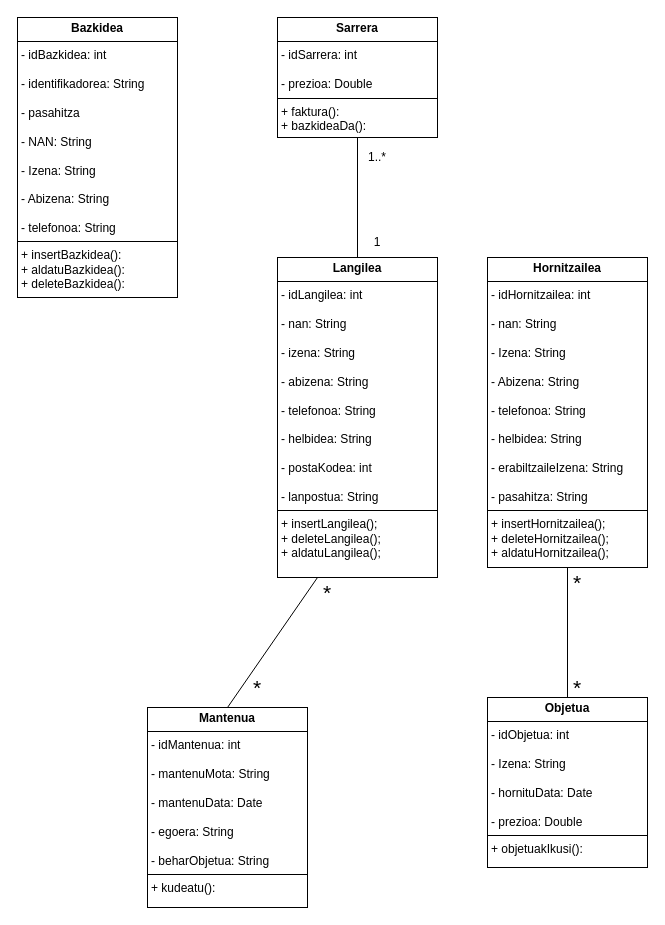
The draw.io diagram JAVA/Diagramak/J_KlaseDiagrama.drawio in iguisado228/3Erronka, before the edit. Source tidied: cells renumbered, new cells numbered last; positions are measured from the earlier drawing's top-left corner, leaving out a move shared by most shapes. Both pictures are drawn from the tidied source at 100%, with x=0, y=0 at pixel (17, 17).
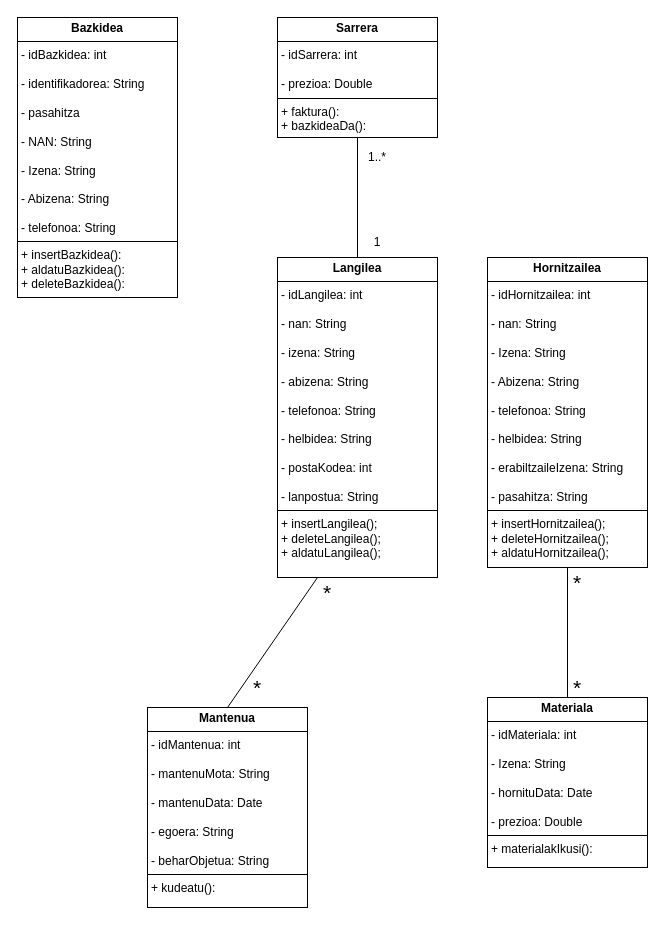
The same page after the edit.

Commit message:
beste aldaketa gehio

What changed in the source:
```diff
@@
 <mxGraphModel>
   <root>
     <mxCell id="0" />
     <mxCell id="1" parent="0" />
     <mxCell id="2" value="&lt;p style=&quot;margin:0px;margin-top:4px;text-align:center;&quot;&gt;&lt;b&gt;Sarrera&lt;/b&gt;&lt;/p&gt;&lt;hr size=&quot;1&quot; style=&quot;border-style:solid;&quot;&gt;&lt;p style=&quot;margin:0px;margin-left:4px;&quot;&gt;- idSarrera: int&lt;/p&gt;&lt;p style=&quot;margin:0px;margin-left:4px;&quot;&gt;&lt;br&gt;&lt;/p&gt;&lt;p style=&quot;margin:0px;margin-left:4px;&quot;&gt;- prezioa: Double&lt;/p&gt;&lt;hr size=&quot;1&quot; style=&quot;border-style:solid;&quot;&gt;&lt;p style=&quot;margin:0px;margin-left:4px;&quot;&gt;+ faktura():&lt;/p&gt;&lt;p style=&quot;margin:0px;margin-left:4px;&quot;&gt;+ bazkideaDa():&lt;/p&gt;" style="verticalAlign=top;align=left;overflow=fill;html=1;whiteSpace=wrap;" parent="1" vertex="1">
       <mxGeometry x="260" width="160" height="120" as="geometry" />
     </mxCell>
     <mxCell id="3" value="&lt;p style=&quot;margin:0px;margin-top:4px;text-align:center;&quot;&gt;&lt;b&gt;Hornitzailea&lt;/b&gt;&lt;/p&gt;&lt;hr size=&quot;1&quot; style=&quot;border-style:solid;&quot;&gt;&lt;p style=&quot;margin:0px;margin-left:4px;&quot;&gt;- idHornitzailea: int&lt;/p&gt;&lt;p style=&quot;margin:0px;margin-left:4px;&quot;&gt;&lt;br&gt;&lt;/p&gt;&lt;p style=&quot;margin:0px;margin-left:4px;&quot;&gt;- nan:&amp;nbsp;&lt;span style=&quot;background-color: transparent; color: light-dark(rgb(0, 0, 0), rgb(255, 255, 255));&quot;&gt;String&lt;/span&gt;&lt;/p&gt;&lt;p style=&quot;margin:0px;margin-left:4px;&quot;&gt;&lt;br&gt;&lt;/p&gt;&lt;p style=&quot;margin:0px;margin-left:4px;&quot;&gt;- Izena:&amp;nbsp;&lt;span style=&quot;background-color: transparent; color: light-dark(rgb(0, 0, 0), rgb(255, 255, 255));&quot;&gt;String&lt;/span&gt;&lt;/p&gt;&lt;p style=&quot;margin:0px;margin-left:4px;&quot;&gt;&lt;br&gt;&lt;/p&gt;&lt;p style=&quot;margin:0px;margin-left:4px;&quot;&gt;- Abizena: String&lt;/p&gt;&lt;p style=&quot;margin:0px;margin-left:4px;&quot;&gt;&lt;br&gt;&lt;/p&gt;&lt;p style=&quot;margin:0px;margin-left:4px;&quot;&gt;- telefonoa: String&lt;/p&gt;&lt;p style=&quot;margin:0px;margin-left:4px;&quot;&gt;&lt;br&gt;&lt;/p&gt;&lt;p style=&quot;margin:0px;margin-left:4px;&quot;&gt;- helbidea: String&lt;/p&gt;&lt;p style=&quot;margin:0px;margin-left:4px;&quot;&gt;&lt;br&gt;&lt;/p&gt;&lt;p style=&quot;margin:0px;margin-left:4px;&quot;&gt;- erabiltzaileIzena: String&lt;/p&gt;&lt;p style=&quot;margin:0px;margin-left:4px;&quot;&gt;&lt;br&gt;&lt;/p&gt;&lt;p style=&quot;margin:0px;margin-left:4px;&quot;&gt;- pasahitza: String&lt;/p&gt;&lt;hr size=&quot;1&quot; style=&quot;border-style:solid;&quot;&gt;&lt;p style=&quot;margin: 0px 0px 0px 4px;&quot;&gt;+ insertHornitzailea();&lt;/p&gt;&lt;p style=&quot;margin: 0px 0px 0px 4px;&quot;&gt;+ deleteHornitzailea();&lt;/p&gt;&lt;p style=&quot;margin: 0px 0px 0px 4px;&quot;&gt;+ aldatuHornitzailea();&lt;/p&gt;" style="verticalAlign=top;align=left;overflow=fill;html=1;whiteSpace=wrap;" parent="1" vertex="1">
       <mxGeometry x="470" y="240" width="160" height="310" as="geometry" />
     </mxCell>
     <mxCell id="4" style="endArrow=none;html=1;rounded=0;entryX=0.5;entryY=1;entryDx=0;entryDy=0;exitX=0.5;exitY=0;exitDx=0;exitDy=0;" parent="1" edge="1" source="7" target="2">
       <mxGeometry relative="1" as="geometry" />
     </mxCell>
     <mxCell id="5" value="1" style="text;html=1;align=center;verticalAlign=middle;whiteSpace=wrap;rounded=0;" parent="1" vertex="1">
       <mxGeometry x="350" y="210" width="20" height="30" as="geometry" />
     </mxCell>
     <mxCell id="6" value="1..*" style="text;html=1;align=center;verticalAlign=middle;whiteSpace=wrap;rounded=0;" parent="1" vertex="1">
       <mxGeometry x="350" y="125" width="20" height="30" as="geometry" />
     </mxCell>
     <mxCell id="7" value="&lt;p style=&quot;margin:0px;margin-top:4px;text-align:center;&quot;&gt;&lt;b&gt;Langilea&lt;/b&gt;&lt;/p&gt;&lt;hr size=&quot;1&quot; style=&quot;border-style:solid;&quot;&gt;&lt;p style=&quot;margin:0px;margin-left:4px;&quot;&gt;&lt;span style=&quot;background-color: transparent; color: light-dark(rgb(0, 0, 0), rgb(255, 255, 255));&quot;&gt;- idLangilea: int&lt;/span&gt;&lt;/p&gt;&lt;p style=&quot;margin:0px;margin-left:4px;&quot;&gt;&lt;br&gt;&lt;/p&gt;&lt;p style=&quot;margin:0px;margin-left:4px;&quot;&gt;- nan: String&lt;/p&gt;&lt;p style=&quot;margin:0px;margin-left:4px;&quot;&gt;&lt;br&gt;&lt;/p&gt;&lt;p style=&quot;margin:0px;margin-left:4px;&quot;&gt;- izena: String&lt;/p&gt;&lt;p style=&quot;margin:0px;margin-left:4px;&quot;&gt;&lt;br&gt;&lt;/p&gt;&lt;p style=&quot;margin:0px;margin-left:4px;&quot;&gt;- abizena:&amp;nbsp;&lt;span style=&quot;background-color: transparent; color: light-dark(rgb(0, 0, 0), rgb(255, 255, 255));&quot;&gt;String&lt;/span&gt;&lt;/p&gt;&lt;p style=&quot;margin:0px;margin-left:4px;&quot;&gt;&lt;br&gt;&lt;/p&gt;&lt;p style=&quot;margin:0px;margin-left:4px;&quot;&gt;- telefonoa: String&lt;/p&gt;&lt;p style=&quot;margin:0px;margin-left:4px;&quot;&gt;&lt;br&gt;&lt;/p&gt;&lt;p style=&quot;margin:0px;margin-left:4px;&quot;&gt;- helbidea: String&lt;/p&gt;&lt;p style=&quot;margin:0px;margin-left:4px;&quot;&gt;&lt;br&gt;&lt;/p&gt;&lt;p style=&quot;margin:0px;margin-left:4px;&quot;&gt;- postaKodea: int&lt;/p&gt;&lt;p style=&quot;margin:0px;margin-left:4px;&quot;&gt;&lt;br&gt;&lt;/p&gt;&lt;p style=&quot;margin:0px;margin-left:4px;&quot;&gt;- lanpostua: String&lt;/p&gt;&lt;hr size=&quot;1&quot; style=&quot;border-style:solid;&quot;&gt;&lt;p style=&quot;margin:0px;margin-left:4px;&quot;&gt;+ insertLangilea();&lt;/p&gt;&lt;p style=&quot;margin:0px;margin-left:4px;&quot;&gt;+ deleteLangilea();&lt;/p&gt;&lt;p style=&quot;margin:0px;margin-left:4px;&quot;&gt;+ aldatuLangilea();&lt;/p&gt;" style="verticalAlign=top;align=left;overflow=fill;html=1;whiteSpace=wrap;" parent="1" vertex="1">
       <mxGeometry x="260" y="240" width="160" height="320" as="geometry" />
     </mxCell>
     <mxCell id="8" value="&lt;p style=&quot;margin:0px;margin-top:4px;text-align:center;&quot;&gt;&lt;b&gt;Mantenua&lt;/b&gt;&lt;/p&gt;&lt;hr size=&quot;1&quot; style=&quot;border-style:solid;&quot;&gt;&lt;p style=&quot;margin:0px;margin-left:4px;&quot;&gt;- idMantenua: int&lt;/p&gt;&lt;p style=&quot;margin:0px;margin-left:4px;&quot;&gt;&lt;br&gt;&lt;/p&gt;&lt;p style=&quot;margin:0px;margin-left:4px;&quot;&gt;- mantenuMota: String&lt;/p&gt;&lt;p style=&quot;margin:0px;margin-left:4px;&quot;&gt;&lt;br&gt;&lt;/p&gt;&lt;p style=&quot;margin:0px;margin-left:4px;&quot;&gt;- mantenuData: Date&lt;/p&gt;&lt;p style=&quot;margin:0px;margin-left:4px;&quot;&gt;&lt;br&gt;&lt;/p&gt;&lt;p style=&quot;margin:0px;margin-left:4px;&quot;&gt;- egoera: String&lt;/p&gt;&lt;p style=&quot;margin:0px;margin-left:4px;&quot;&gt;&lt;br&gt;&lt;/p&gt;&lt;p style=&quot;margin:0px;margin-left:4px;&quot;&gt;- beharObjetua: String&lt;/p&gt;&lt;hr size=&quot;1&quot; style=&quot;border-style:solid;&quot;&gt;&lt;p style=&quot;margin:0px;margin-left:4px;&quot;&gt;+ kudeatu():&lt;/p&gt;" style="verticalAlign=top;align=left;overflow=fill;html=1;whiteSpace=wrap;" parent="1" vertex="1">
       <mxGeometry x="130" y="690" width="160" height="200" as="geometry" />
     </mxCell>
     <mxCell id="9" style="endArrow=none;html=1;rounded=0;entryX=0.25;entryY=1;entryDx=0;entryDy=0;exitX=0.5;exitY=0;exitDx=0;exitDy=0;" parent="1" edge="1" source="8" target="7">
       <mxGeometry relative="1" as="geometry" />
     </mxCell>
     <mxCell id="10" value="&lt;font style=&quot;font-size: 21px;&quot;&gt;*&lt;/font&gt;" style="text;html=1;align=center;verticalAlign=middle;whiteSpace=wrap;rounded=0;" parent="1" vertex="1">
       <mxGeometry x="230" y="660" width="20" height="20" as="geometry" />
     </mxCell>
     <mxCell id="11" value="&lt;font style=&quot;font-size: 21px;&quot;&gt;*&lt;/font&gt;" style="text;html=1;align=center;verticalAlign=middle;whiteSpace=wrap;rounded=0;" parent="1" vertex="1">
       <mxGeometry x="300" y="560" width="20" height="30" as="geometry" />
     </mxCell>
-    <mxCell id="12" value="&lt;p style=&quot;margin:0px;margin-top:4px;text-align:center;&quot;&gt;&lt;b&gt;Objetua&lt;/b&gt;&lt;/p&gt;&lt;hr size=&quot;1&quot; style=&quot;border-style:solid;&quot;&gt;&lt;p style=&quot;margin:0px;margin-left:4px;&quot;&gt;- idObjetua: int&lt;/p&gt;&lt;p style=&quot;margin:0px;margin-left:4px;&quot;&gt;&lt;br&gt;&lt;/p&gt;&lt;p style=&quot;margin:0px;margin-left:4px;&quot;&gt;- Izena: String&lt;/p&gt;&lt;p style=&quot;margin:0px;margin-left:4px;&quot;&gt;&lt;br&gt;&lt;/p&gt;&lt;p style=&quot;margin:0px;margin-left:4px;&quot;&gt;- hornituData: Date&lt;/p&gt;&lt;p style=&quot;margin:0px;margin-left:4px;&quot;&gt;&lt;br&gt;&lt;/p&gt;&lt;p style=&quot;margin:0px;margin-left:4px;&quot;&gt;- prezioa: Double&lt;/p&gt;&lt;hr size=&quot;1&quot; style=&quot;border-style:solid;&quot;&gt;&lt;p style=&quot;margin:0px;margin-left:4px;&quot;&gt;+ objetuakIkusi():&amp;nbsp;&lt;/p&gt;" style="verticalAlign=top;align=left;overflow=fill;html=1;whiteSpace=wrap;" parent="1" vertex="1">
+    <mxCell id="12" value="&lt;p style=&quot;margin:0px;margin-top:4px;text-align:center;&quot;&gt;&lt;b&gt;Materiala&lt;/b&gt;&lt;/p&gt;&lt;hr size=&quot;1&quot; style=&quot;border-style:solid;&quot;&gt;&lt;p style=&quot;margin:0px;margin-left:4px;&quot;&gt;- idMateriala: int&lt;/p&gt;&lt;p style=&quot;margin:0px;margin-left:4px;&quot;&gt;&lt;br&gt;&lt;/p&gt;&lt;p style=&quot;margin:0px;margin-left:4px;&quot;&gt;- Izena: String&lt;/p&gt;&lt;p style=&quot;margin:0px;margin-left:4px;&quot;&gt;&lt;br&gt;&lt;/p&gt;&lt;p style=&quot;margin:0px;margin-left:4px;&quot;&gt;- hornituData: Date&lt;/p&gt;&lt;p style=&quot;margin:0px;margin-left:4px;&quot;&gt;&lt;br&gt;&lt;/p&gt;&lt;p style=&quot;margin:0px;margin-left:4px;&quot;&gt;- prezioa: Double&lt;/p&gt;&lt;hr size=&quot;1&quot; style=&quot;border-style:solid;&quot;&gt;&lt;p style=&quot;margin:0px;margin-left:4px;&quot;&gt;+ materialakIkusi():&amp;nbsp;&lt;/p&gt;" style="verticalAlign=top;align=left;overflow=fill;html=1;whiteSpace=wrap;" parent="1" vertex="1">
       <mxGeometry x="470" y="680" width="160" height="170" as="geometry" />
     </mxCell>
     <mxCell id="13" style="endArrow=none;html=1;rounded=0;entryX=0.5;entryY=1;entryDx=0;entryDy=0;exitX=0.5;exitY=0;exitDx=0;exitDy=0;" parent="1" edge="1" source="12" target="3">
       <mxGeometry relative="1" as="geometry" />
     </mxCell>
     <mxCell id="14" value="&lt;font style=&quot;font-size: 21px;&quot;&gt;*&lt;/font&gt;" style="text;html=1;align=center;verticalAlign=middle;whiteSpace=wrap;rounded=0;" parent="1" vertex="1">
       <mxGeometry x="550" y="660" width="20" height="20" as="geometry" />
     </mxCell>
     <mxCell id="15" value="&lt;font style=&quot;font-size: 21px;&quot;&gt;*&lt;/font&gt;" style="text;html=1;align=center;verticalAlign=middle;whiteSpace=wrap;rounded=0;" parent="1" vertex="1">
       <mxGeometry x="550" y="560" width="20" height="10" as="geometry" />
     </mxCell>
     <mxCell id="16" value="&lt;p style=&quot;margin:0px;margin-top:4px;text-align:center;&quot;&gt;&lt;b&gt;Bazkidea&lt;/b&gt;&lt;/p&gt;&lt;hr size=&quot;1&quot; style=&quot;border-style:solid;&quot;&gt;&lt;p style=&quot;margin:0px;margin-left:4px;&quot;&gt;- idBazkidea: int&lt;/p&gt;&lt;p style=&quot;margin:0px;margin-left:4px;&quot;&gt;&lt;br&gt;&lt;/p&gt;&lt;p style=&quot;margin:0px;margin-left:4px;&quot;&gt;- identifikadorea: String&lt;/p&gt;&lt;p style=&quot;margin:0px;margin-left:4px;&quot;&gt;&lt;br&gt;&lt;/p&gt;&lt;p style=&quot;margin:0px;margin-left:4px;&quot;&gt;- pasahitza&lt;/p&gt;&lt;p style=&quot;margin:0px;margin-left:4px;&quot;&gt;&lt;br&gt;&lt;/p&gt;&lt;p style=&quot;margin:0px;margin-left:4px;&quot;&gt;- NAN: String&lt;/p&gt;&lt;p style=&quot;margin:0px;margin-left:4px;&quot;&gt;&lt;br&gt;&lt;/p&gt;&lt;p style=&quot;margin:0px;margin-left:4px;&quot;&gt;- Izena: String&lt;/p&gt;&lt;p style=&quot;margin:0px;margin-left:4px;&quot;&gt;&lt;br&gt;&lt;/p&gt;&lt;p style=&quot;margin:0px;margin-left:4px;&quot;&gt;- Abizena: String&lt;/p&gt;&lt;p style=&quot;margin:0px;margin-left:4px;&quot;&gt;&lt;br&gt;&lt;/p&gt;&lt;p style=&quot;margin:0px;margin-left:4px;&quot;&gt;- telefonoa: String&lt;/p&gt;&lt;hr size=&quot;1&quot; style=&quot;border-style:solid;&quot;&gt;&lt;p style=&quot;margin:0px;margin-left:4px;&quot;&gt;&lt;span style=&quot;background-color: transparent; color: light-dark(rgb(0, 0, 0), rgb(255, 255, 255));&quot;&gt;+ insertBazkidea():&lt;/span&gt;&lt;/p&gt;&lt;p style=&quot;margin:0px;margin-left:4px;&quot;&gt;+ aldatuBazkidea():&lt;/p&gt;&lt;p style=&quot;margin:0px;margin-left:4px;&quot;&gt;+ deleteBazkidea():&lt;/p&gt;" style="verticalAlign=top;align=left;overflow=fill;html=1;whiteSpace=wrap;" parent="1" vertex="1">
       <mxGeometry width="160" height="280" as="geometry" />
     </mxCell>
   </root>
 </mxGraphModel>
```
